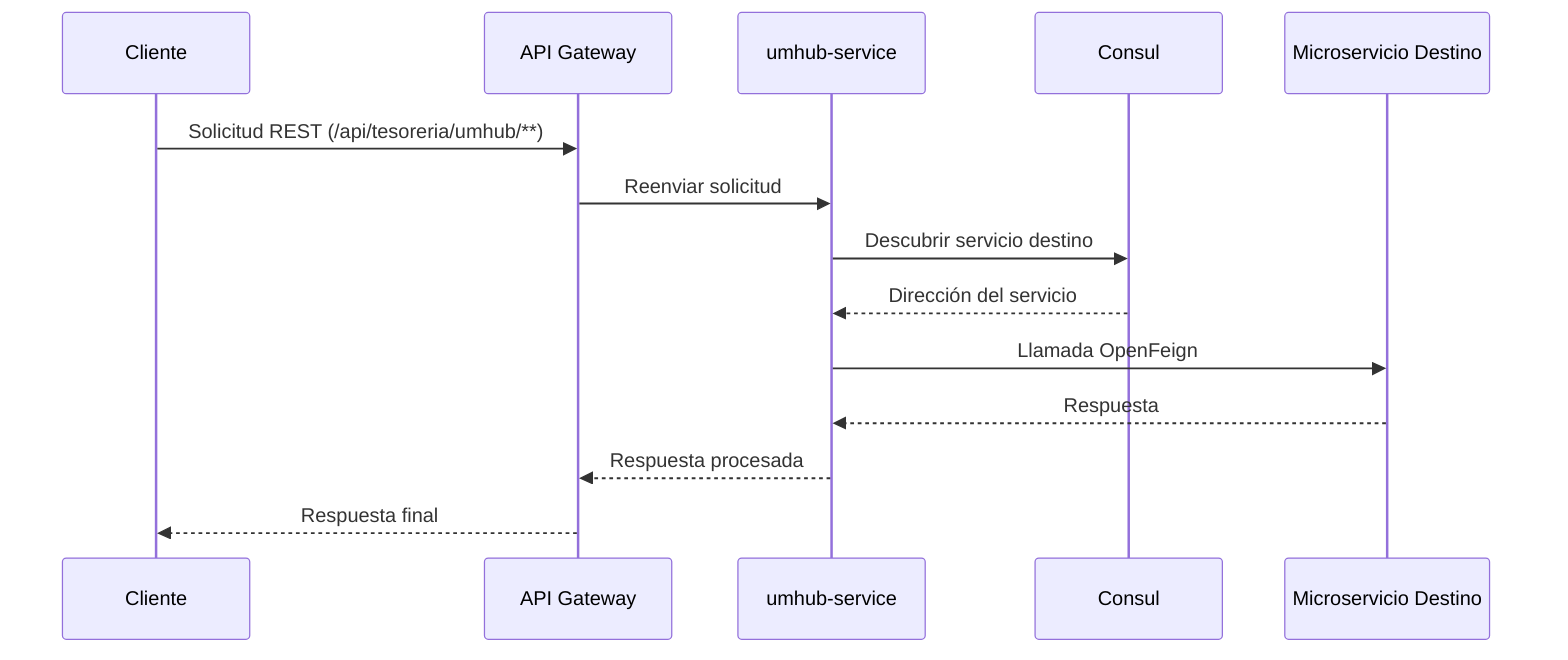
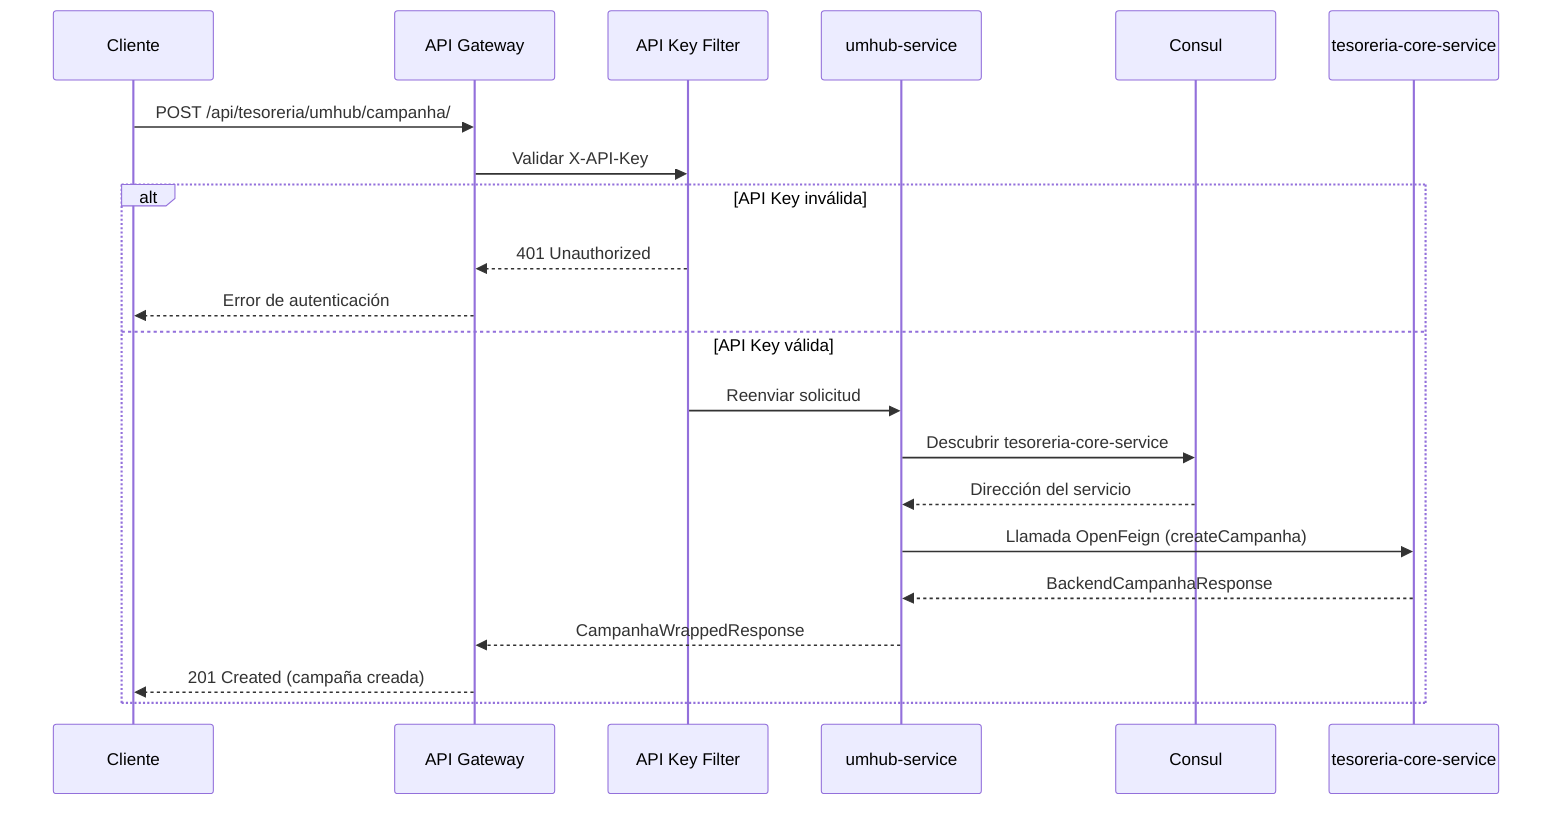
```mermaid
sequenceDiagram
    participant C as Cliente
    participant GW as API Gateway
+     participant AKF as API Key Filter
    participant H as umhub-service
    participant CON as Consul
-     participant SVC as Microservicio Destino
+     participant CORE as tesoreria-core-service

-     C->>GW: Solicitud REST (/api/tesoreria/umhub/**)
-     GW->>H: Reenviar solicitud
-     H->>CON: Descubrir servicio destino
-     CON-->>H: Dirección del servicio
-     H->>SVC: Llamada OpenFeign
-     SVC-->>H: Respuesta
-     H-->>GW: Respuesta procesada
-     GW-->>C: Respuesta final
- ```+     C->>GW: POST /api/tesoreria/umhub/campanha/
+     GW->>AKF: Validar X-API-Key
+     alt API Key inválida
+         AKF-->>GW: 401 Unauthorized
+         GW-->>C: Error de autenticación
+     else API Key válida
+         AKF->>H: Reenviar solicitud
+         H->>CON: Descubrir tesoreria-core-service
+         CON-->>H: Dirección del servicio
+         H->>CORE: Llamada OpenFeign (createCampanha)
+         CORE-->>H: BackendCampanhaResponse
+         H-->>GW: CampanhaWrappedResponse
+         GW-->>C: 201 Created (campaña creada)
+     end
